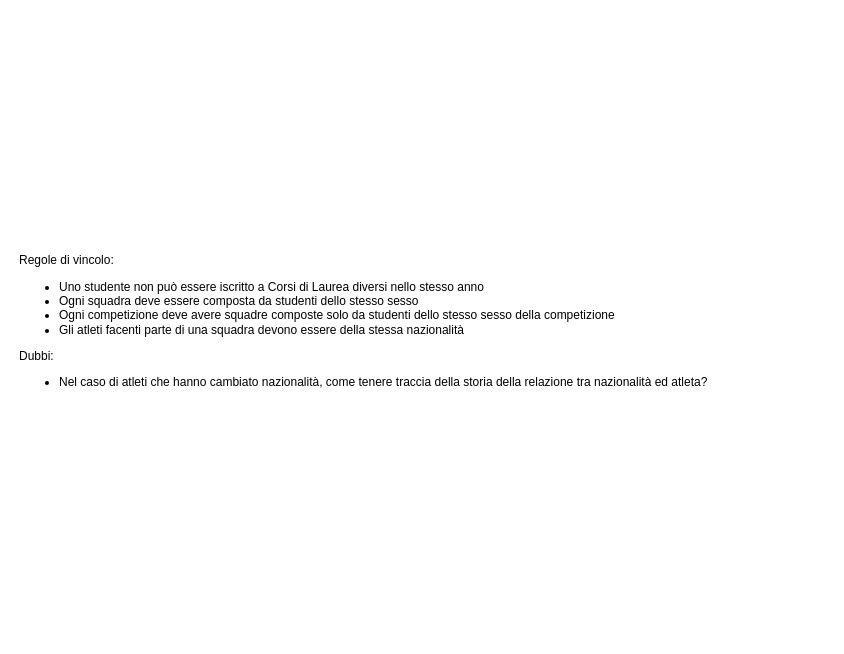
Above: page "Regole di vincolo" (2 of 3) of Olimpiadi studentesche.drawio in giovannivelludo/database-project (draw.io), before the change. Source tidied: cells renumbered, new cells numbered last; positions are measured from the earlier drawing's top-left corner, leaving out a move shared by most shapes. Both pictures are drawn from the tidied source at 100%, with x=0, y=0 at pixel (17, 17).
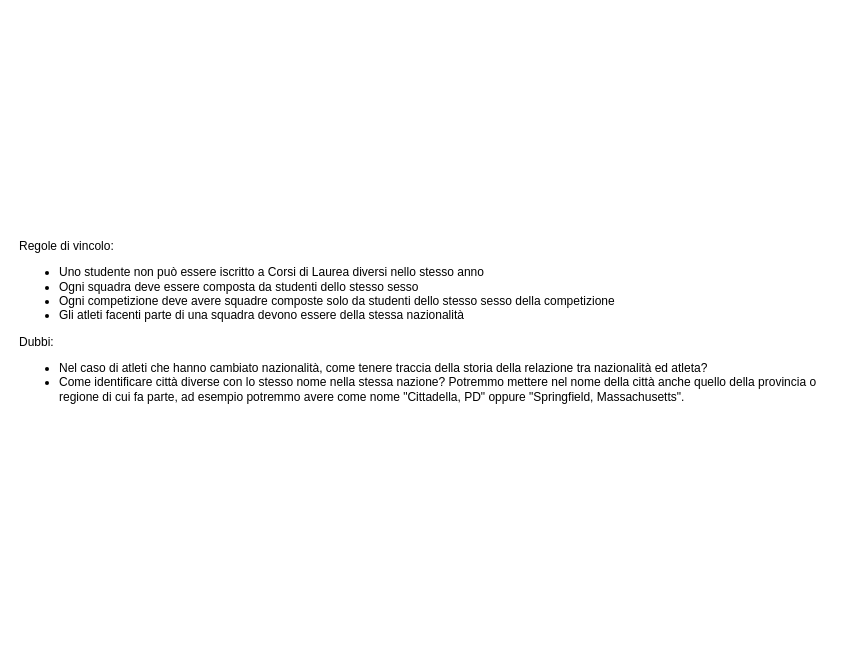
The same page after the edit.

What changed in the source:
```diff
@@
 <mxGraphModel>
   <root>
     <mxCell id="0" />
     <mxCell id="1" parent="0" />
-    <mxCell id="2" value="&lt;div&gt;Regole di vincolo:&lt;/div&gt;&lt;div&gt;&lt;ul&gt;&lt;li&gt;Uno studente non può essere iscritto a Corsi di Laurea diversi nello stesso anno&lt;/li&gt;&lt;li&gt;Ogni squadra deve essere composta da studenti dello stesso sesso&lt;/li&gt;&lt;li&gt;Ogni competizione deve avere squadre composte solo da studenti dello stesso sesso della competizione&lt;/li&gt;&lt;li&gt;Gli atleti facenti parte di una squadra devono essere della stessa nazionalità&lt;/li&gt;&lt;/ul&gt;&lt;div&gt;Dubbi:&lt;/div&gt;&lt;div&gt;&lt;ul&gt;&lt;li&gt;Nel caso di atleti che hanno cambiato nazionalità, come tenere traccia della storia della relazione tra nazionalità ed atleta?&lt;br&gt;&lt;/li&gt;&lt;/ul&gt;&lt;/div&gt;&lt;/div&gt;" style="text;html=1;strokeColor=none;fillColor=none;align=left;verticalAlign=middle;whiteSpace=wrap;rounded=0;" parent="1" vertex="1">
+    <mxCell id="2" value="&lt;div&gt;Regole di vincolo:&lt;/div&gt;&lt;div&gt;&lt;ul&gt;&lt;li&gt;Uno studente non può essere iscritto a Corsi di Laurea diversi nello stesso anno&lt;/li&gt;&lt;li&gt;Ogni squadra deve essere composta da studenti dello stesso sesso&lt;/li&gt;&lt;li&gt;Ogni competizione deve avere squadre composte solo da studenti dello stesso sesso della competizione&lt;/li&gt;&lt;li&gt;Gli atleti facenti parte di una squadra devono essere della stessa nazionalità&lt;/li&gt;&lt;/ul&gt;&lt;div&gt;Dubbi:&lt;/div&gt;&lt;div&gt;&lt;ul&gt;&lt;li&gt;Nel caso di atleti che hanno cambiato nazionalità, come tenere traccia della storia della relazione tra nazionalità ed atleta?&lt;/li&gt;&lt;li&gt;Come identificare città diverse con lo stesso nome nella stessa nazione? Potremmo mettere nel nome della città anche quello della provincia o regione di cui fa parte, ad esempio potremmo avere come nome &quot;Cittadella, PD&quot; oppure &quot;Springfield, Massachusetts&quot;.&lt;br&gt;&lt;/li&gt;&lt;/ul&gt;&lt;/div&gt;&lt;/div&gt;" style="text;html=1;strokeColor=none;fillColor=none;align=left;verticalAlign=middle;whiteSpace=wrap;rounded=0;" parent="1" vertex="1">
       <mxGeometry width="810" height="620" as="geometry" />
     </mxCell>
   </root>
 </mxGraphModel>
```
